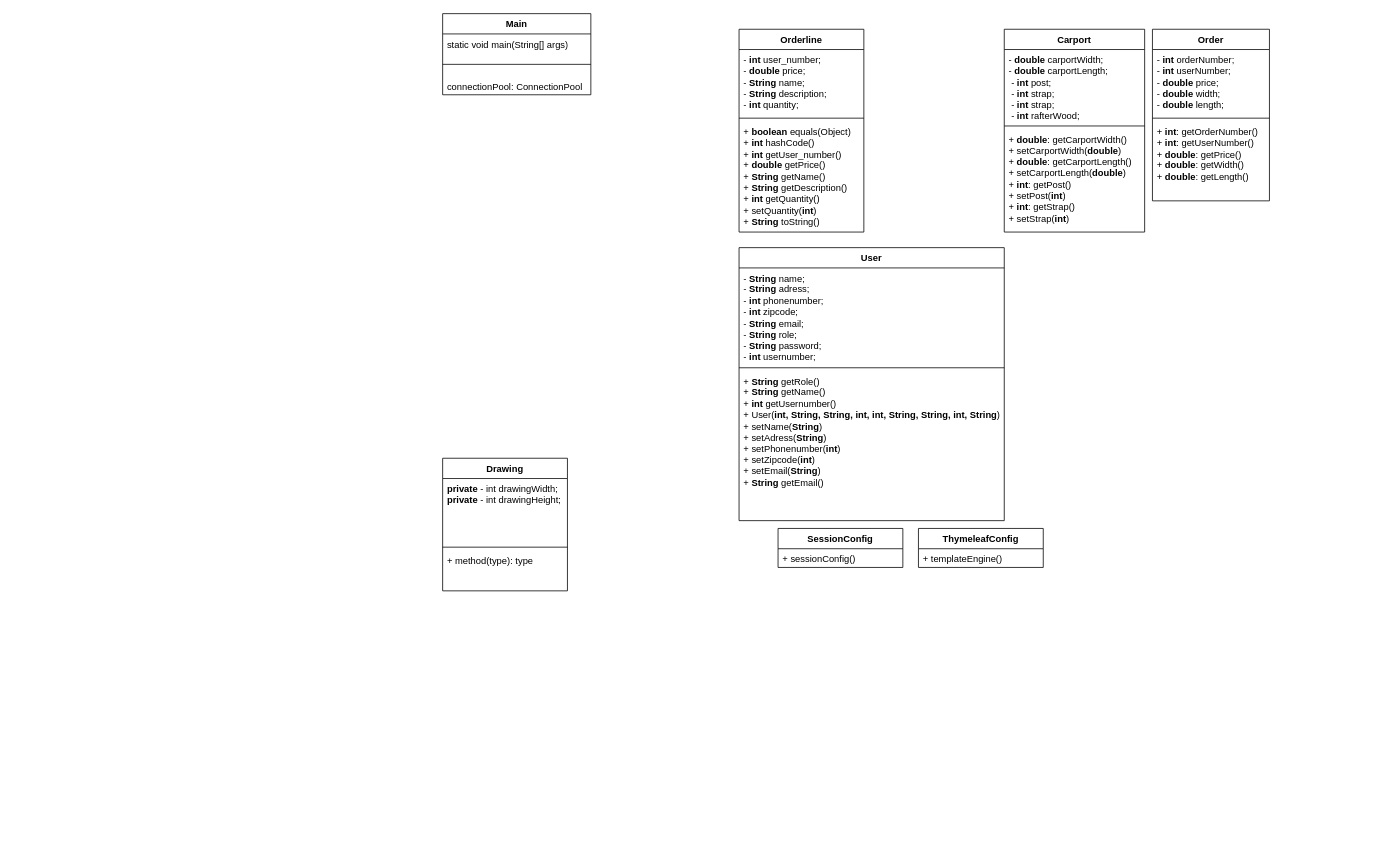
RodneyMuyanga/2.-semesterprojekt-FOG keeps this draw.io diagram as src/main/resources/diagrams/Classdiagrams/class diagram.drawio. Above is the earlier version. Source tidied: cells renumbered, new cells numbered last; positions are measured from the earlier drawing's top-left corner, leaving out a move shared by most shapes. Both pictures are drawn from the tidied source at 78%, with x=0, y=0 at pixel (442, 13).
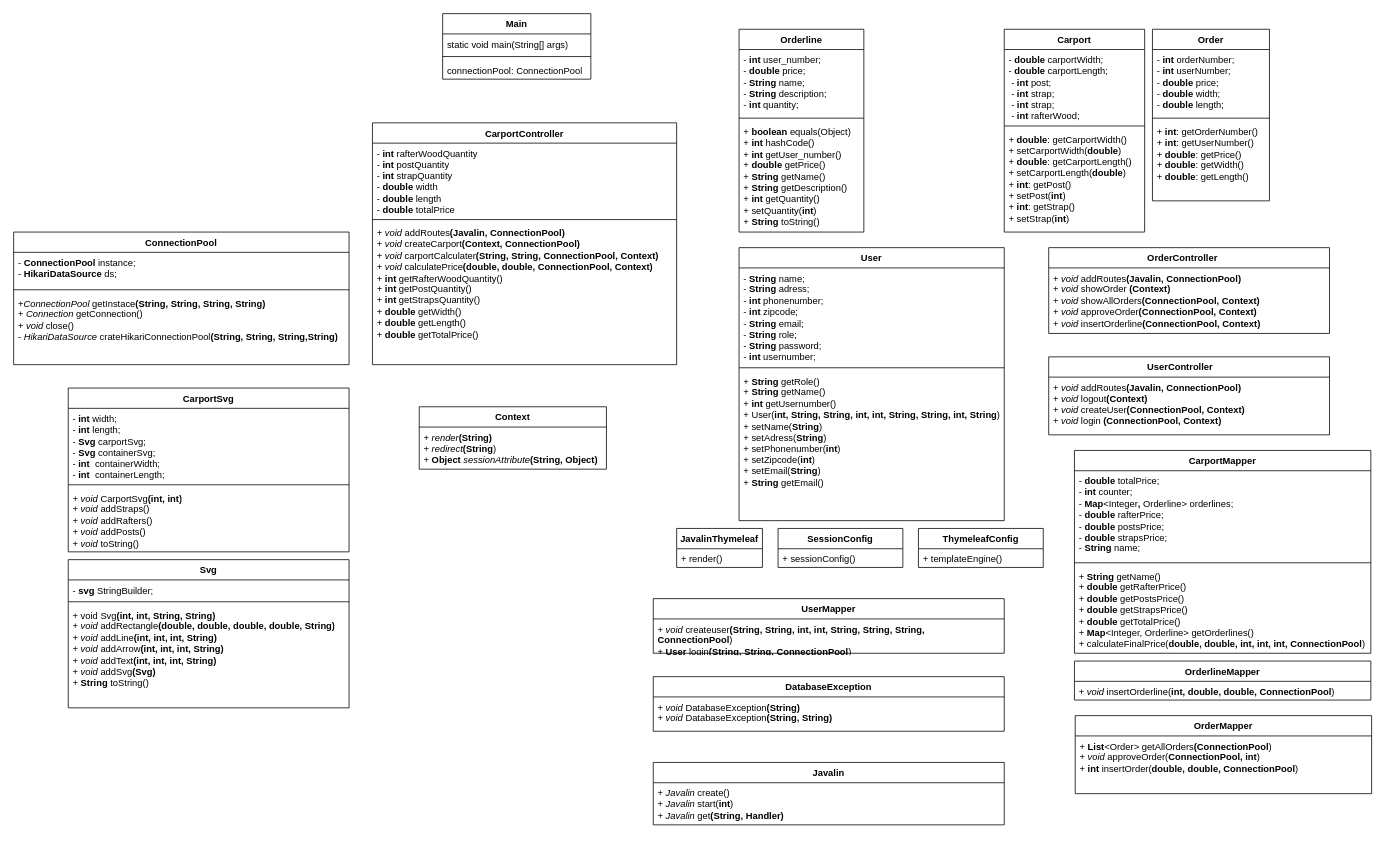
Above is the later version.

The edit, as a diff of the source:
```diff
@@
-    <mxCell id="20" value="Drawing" style="swimlane;fontStyle=1;align=center;verticalAlign=top;horizontal=1;startSize=26;whiteSpace=wrap;html=1;" parent="1" vertex="1">
-      <mxGeometry y="570" width="160" height="170" as="geometry" />
-    </mxCell>
-    <mxCell id="21" value="&lt;div&gt;&lt;div&gt;&lt;b&gt;private&lt;/b&gt; - int drawingWidth;&lt;/div&gt;&lt;/div&gt;&lt;div&gt;&lt;div&gt;&lt;b&gt;private&lt;/b&gt; - int drawingHeight;&lt;br&gt;&lt;br&gt;&lt;/div&gt;&lt;/div&gt;" style="text;strokeColor=none;fillColor=none;align=left;verticalAlign=top;spacingLeft=4;spacingRight=4;overflow=hidden;whiteSpace=wrap;html=1;" parent="20" vertex="1">
-      <mxGeometry y="26" width="160" height="84" as="geometry" />
-    </mxCell>
-    <mxCell id="22" style="line;strokeWidth=1;fillColor=none;align=left;verticalAlign=middle;spacingTop=-1;spacingLeft=3;spacingRight=3;labelPosition=right;strokeColor=inherit;" parent="20" vertex="1">
-      <mxGeometry y="110" width="160" height="8" as="geometry" />
-    </mxCell>
-    <mxCell id="23" value="+ method(type): type" style="text;strokeColor=none;fillColor=none;align=left;verticalAlign=top;spacingLeft=4;spacingRight=4;overflow=hidden;whiteSpace=wrap;html=1;" parent="20" vertex="1">
-      <mxGeometry y="118" width="160" height="52" as="geometry" />
-    </mxCell>
     <mxCell id="24" value="Main" style="swimlane;fontStyle=1;align=center;verticalAlign=top;horizontal=1;startSize=26;whiteSpace=wrap;html=1;" parent="1" vertex="1">
-      <mxGeometry width="190" height="104" as="geometry" />
+      <mxGeometry width="190" height="84" as="geometry" />
     </mxCell>
@@
     <mxCell id="26" style="line;strokeWidth=1;fillColor=none;align=left;verticalAlign=middle;spacingTop=-1;spacingLeft=3;spacingRight=3;labelPosition=right;strokeColor=inherit;" parent="24" vertex="1">
-      <mxGeometry y="50" width="190" height="30" as="geometry" />
+      <mxGeometry y="50" width="190" height="10" as="geometry" />
     </mxCell>
     <mxCell id="27" value="connectionPool: ConnectionPool" style="text;strokeColor=none;fillColor=none;align=left;verticalAlign=top;spacingLeft=4;spacingRight=4;overflow=hidden;whiteSpace=wrap;html=1;" parent="24" vertex="1">
-      <mxGeometry y="80" width="190" height="24" as="geometry" />
+      <mxGeometry y="60" width="190" height="24" as="geometry" />
     </mxCell>
@@
+    <mxCell id="30" value="CarportController" style="swimlane;fontStyle=1;align=center;verticalAlign=top;horizontal=1;startSize=26;whiteSpace=wrap;html=1;" parent="1" vertex="1">
+      <mxGeometry x="-90" y="140" width="390" height="310" as="geometry" />
+    </mxCell>
+    <mxCell id="31" value="&lt;div&gt;- &lt;b&gt;int &lt;/b&gt;rafterWoodQuantity&lt;/div&gt;&lt;div&gt;- &lt;b&gt;int &lt;/b&gt;postQuantity&lt;/div&gt;&lt;div&gt;- &lt;b&gt;int &lt;/b&gt;strapQuantity&lt;/div&gt;&lt;div&gt;- &lt;b&gt;double &lt;/b&gt;width&lt;/div&gt;&lt;div&gt;- &lt;b&gt;double &lt;/b&gt;length&lt;/div&gt;&lt;div&gt;- &lt;b&gt;double &lt;/b&gt;totalPrice&lt;/div&gt;&lt;div&gt;&lt;br&gt;&lt;/div&gt;" style="text;strokeColor=none;fillColor=none;align=left;verticalAlign=top;spacingLeft=4;spacingRight=4;overflow=hidden;whiteSpace=wrap;html=1;" parent="30" vertex="1">
+      <mxGeometry y="26" width="390" height="94" as="geometry" />
+    </mxCell>
+    <mxCell id="32" style="line;strokeWidth=1;fillColor=none;align=left;verticalAlign=middle;spacingTop=-1;spacingLeft=3;spacingRight=3;labelPosition=right;strokeColor=inherit;" parent="30" vertex="1">
+      <mxGeometry y="120" width="390" height="8" as="geometry" />
+    </mxCell>
+    <mxCell id="33" value="&lt;div&gt;+ &lt;i&gt;void &lt;/i&gt;addRoutes&lt;b&gt;(Javalin, ConnectionPool)&lt;/b&gt;&lt;/div&gt;&lt;div&gt;+ &lt;i&gt;void &lt;/i&gt;createCarport&lt;b&gt;(Context, ConnectionPool)&lt;/b&gt;&lt;/div&gt;&lt;div&gt;+ &lt;i&gt;void &lt;/i&gt;carportCalculater&lt;b&gt;(String, String, ConnectionPool, Context)&lt;/b&gt;&lt;br&gt;&lt;/div&gt;&lt;div&gt;+ &lt;i&gt;void &lt;/i&gt;calculatePrice&lt;b&gt;(double, double, ConnectionPool, Context)&lt;/b&gt;&lt;/div&gt;&lt;div&gt;+ &lt;b&gt;int &lt;/b&gt;getRafterWoodQuantity()&lt;/div&gt;&lt;div&gt;+ &lt;b&gt;int &lt;/b&gt;getPostQuantity()&lt;/div&gt;&lt;div&gt;+  &lt;b&gt;int &lt;/b&gt;getStrapsQuantity()&lt;/div&gt;&lt;div&gt;+ &lt;b&gt;double &lt;/b&gt;getWidth()&lt;/div&gt;&lt;div&gt;+ &lt;b&gt;double &lt;/b&gt;getLength()&lt;/div&gt;&lt;div&gt;+ &lt;b&gt;double &lt;/b&gt;getTotalPrice()&lt;/div&gt;" style="text;strokeColor=none;fillColor=none;align=left;verticalAlign=top;spacingLeft=4;spacingRight=4;overflow=hidden;whiteSpace=wrap;html=1;" parent="30" vertex="1">
+      <mxGeometry y="128" width="390" height="182" as="geometry" />
+    </mxCell>
+    <mxCell id="34" value="OrderController&lt;span style=&quot;white-space: pre;&quot;&gt;&#9;&lt;/span&gt;" style="swimlane;fontStyle=1;align=center;verticalAlign=top;horizontal=1;startSize=26;whiteSpace=wrap;html=1;" parent="1" vertex="1">
+      <mxGeometry x="777" y="300" width="360" height="110" as="geometry" />
+    </mxCell>
+    <mxCell id="35" value="&lt;div&gt;+ &lt;i&gt;void &lt;/i&gt;addRoutes&lt;b&gt;(Javalin, ConnectionPool)&lt;/b&gt;&lt;/div&gt;&lt;div&gt;+ &lt;i&gt;void &lt;/i&gt;showOrder &lt;b&gt;(Context)&lt;/b&gt;&lt;/div&gt;&lt;div&gt;+ &lt;i&gt;void &lt;/i&gt;showAllOrders&lt;b&gt;(ConnectionPool, Context)&lt;/b&gt;&lt;br&gt;&lt;/div&gt;&lt;div&gt;+ &lt;i&gt;void &lt;/i&gt;approveOrder&lt;b&gt;(ConnectionPool, Context)&lt;/b&gt;&lt;/div&gt;&lt;div&gt;&lt;div&gt;+ &lt;i&gt;void &lt;/i&gt;insertOrderline&lt;b&gt;(ConnectionPool, Context)&lt;/b&gt;&lt;/div&gt;&lt;/div&gt;" style="text;strokeColor=none;fillColor=none;align=left;verticalAlign=top;spacingLeft=4;spacingRight=4;overflow=hidden;whiteSpace=wrap;html=1;" parent="34" vertex="1">
+      <mxGeometry y="26" width="360" height="84" as="geometry" />
+    </mxCell>
+    <mxCell id="36" value="UserController&lt;span style=&quot;white-space: pre;&quot;&gt;&#9;&lt;/span&gt;" style="swimlane;fontStyle=1;align=center;verticalAlign=top;horizontal=1;startSize=26;whiteSpace=wrap;html=1;" parent="1" vertex="1">
+      <mxGeometry x="777" y="440" width="360" height="100" as="geometry" />
+    </mxCell>
+    <mxCell id="37" value="&lt;div&gt;+ &lt;i&gt;void &lt;/i&gt;addRoutes&lt;b&gt;(Javalin, ConnectionPool)&lt;/b&gt;&lt;/div&gt;&lt;div&gt;+ &lt;i&gt;void &lt;/i&gt;logout&lt;b&gt;(Context)&lt;/b&gt;&lt;/div&gt;&lt;div&gt;+ &lt;i&gt;void &lt;/i&gt;createUser&lt;b&gt;(ConnectionPool, Context)&lt;/b&gt;&lt;br&gt;&lt;/div&gt;&lt;div&gt;+ &lt;i&gt;void &lt;/i&gt;login &lt;b&gt;(ConnectionPool, Context)&lt;/b&gt;&lt;/div&gt;&lt;div&gt;&lt;div&gt;&lt;br&gt;&lt;/div&gt;&lt;/div&gt;" style="text;strokeColor=none;fillColor=none;align=left;verticalAlign=top;spacingLeft=4;spacingRight=4;overflow=hidden;whiteSpace=wrap;html=1;" parent="36" vertex="1">
+      <mxGeometry y="26" width="360" height="74" as="geometry" />
+    </mxCell>
+    <mxCell id="38" value="CarportMapper" style="swimlane;fontStyle=1;align=center;verticalAlign=top;horizontal=1;startSize=26;whiteSpace=wrap;html=1;" parent="1" vertex="1">
+      <mxGeometry x="810" y="560" width="380" height="260" as="geometry" />
+    </mxCell>
+    <mxCell id="39" value="&lt;div&gt;- &lt;b&gt;double&lt;/b&gt; totalPrice;&lt;/div&gt;&lt;div&gt;&lt;div&gt;-&lt;b&gt; int &lt;/b&gt;counter;&lt;/div&gt;&lt;div&gt;-&lt;b&gt; Map&lt;/b&gt;&amp;lt;Integer&lt;b&gt;, &lt;/b&gt;Orderline&amp;gt; orderlines;&lt;/div&gt;&lt;div&gt;-&lt;b&gt; double &lt;/b&gt;rafterPrice;&lt;br&gt;&lt;/div&gt;&lt;div&gt;&lt;div&gt;-&lt;b&gt; double &lt;/b&gt;postsPrice;&lt;/div&gt;&lt;div&gt;-&lt;b&gt; double &lt;/b&gt;strapsPrice;&lt;/div&gt;&lt;div&gt;- &lt;b&gt;String&lt;/b&gt; name;&lt;/div&gt;&lt;br&gt;&lt;div&gt;&lt;div&gt;&lt;br&gt;&lt;/div&gt;&lt;/div&gt;&lt;/div&gt;&lt;/div&gt;&lt;div&gt;&lt;br&gt;&lt;/div&gt;" style="text;strokeColor=none;fillColor=none;align=left;verticalAlign=top;spacingLeft=4;spacingRight=4;overflow=hidden;whiteSpace=wrap;html=1;" parent="38" vertex="1">
+      <mxGeometry y="26" width="380" height="114" as="geometry" />
+    </mxCell>
+    <mxCell id="40" style="line;strokeWidth=1;fillColor=none;align=left;verticalAlign=middle;spacingTop=-1;spacingLeft=3;spacingRight=3;labelPosition=right;strokeColor=inherit;" parent="38" vertex="1">
+      <mxGeometry y="140" width="380" height="8" as="geometry" />
+    </mxCell>
+    <mxCell id="41" value="&lt;div&gt;+ &lt;b&gt;String&lt;/b&gt; getName()&lt;/div&gt;&lt;div&gt;+ &lt;b&gt;double &lt;/b&gt;getRafterPrice()&lt;/div&gt;&lt;div&gt;&lt;div&gt;+ &lt;b&gt;double &lt;/b&gt;getPostsPrice()&lt;/div&gt;&lt;div&gt;&lt;div&gt;+ &lt;b&gt;double &lt;/b&gt;getStrapsPrice()&lt;/div&gt;&lt;div&gt;+ &lt;b&gt;double &lt;/b&gt;getTotalPrice()&lt;/div&gt;&lt;/div&gt;&lt;/div&gt;&lt;div&gt;+ &lt;b&gt;Map&lt;/b&gt;&amp;lt;Integer, Orderline&amp;gt; getOrderlines()&lt;br&gt;&lt;/div&gt;&lt;div&gt;+ calculateFinalPrice(&lt;b&gt;double, double, int, int, int, ConnectionPool&lt;/b&gt;)&lt;/div&gt;&lt;div&gt;&lt;br&gt;&lt;/div&gt;" style="text;strokeColor=none;fillColor=none;align=left;verticalAlign=top;spacingLeft=4;spacingRight=4;overflow=hidden;whiteSpace=wrap;html=1;" parent="38" vertex="1">
+      <mxGeometry y="148" width="380" height="112" as="geometry" />
+    </mxCell>
+    <mxCell id="42" value="OrderlineMapper" style="swimlane;fontStyle=1;align=center;verticalAlign=top;horizontal=1;startSize=26;whiteSpace=wrap;html=1;" parent="1" vertex="1">
+      <mxGeometry x="810" y="830" width="380" height="50" as="geometry" />
+    </mxCell>
+    <mxCell id="43" value="+ &lt;i&gt;void&lt;/i&gt; insertOrderline(&lt;b&gt;int, double, double, ConnectionPool&lt;/b&gt;)&lt;div&gt;&lt;br&gt;&lt;/div&gt;" style="text;strokeColor=none;fillColor=none;align=left;verticalAlign=top;spacingLeft=4;spacingRight=4;overflow=hidden;whiteSpace=wrap;html=1;" parent="42" vertex="1">
+      <mxGeometry y="26" width="380" height="24" as="geometry" />
+    </mxCell>
+    <mxCell id="44" value="OrderMapper" style="swimlane;fontStyle=1;align=center;verticalAlign=top;horizontal=1;startSize=26;whiteSpace=wrap;html=1;" parent="1" vertex="1">
+      <mxGeometry x="811" y="900" width="380" height="100" as="geometry" />
+    </mxCell>
+    <mxCell id="45" value="&lt;div&gt;&lt;div&gt;&lt;div&gt;+ &lt;b&gt;List&lt;/b&gt;&lt;i&gt;&amp;lt;&lt;/i&gt;Order&lt;i&gt;&amp;gt; &lt;/i&gt;getAllOrders&lt;b&gt;(&lt;/b&gt;&lt;b&gt;ConnectionPool&lt;/b&gt;)&lt;/div&gt;&lt;/div&gt;&lt;div&gt;+ &lt;i&gt;void&lt;/i&gt;&lt;b&gt; &lt;/b&gt;approveOrder(&lt;b&gt;ConnectionPool, int&lt;/b&gt;)&lt;/div&gt;&lt;/div&gt;&lt;div&gt;+ &lt;b&gt;int&lt;/b&gt;&lt;i&gt; &lt;/i&gt;insertOrder(&lt;b&gt;double, double, ConnectionPool&lt;/b&gt;)&lt;/div&gt;&lt;div&gt;&lt;br&gt;&lt;/div&gt;" style="text;strokeColor=none;fillColor=none;align=left;verticalAlign=top;spacingLeft=4;spacingRight=4;overflow=hidden;whiteSpace=wrap;html=1;" parent="44" vertex="1">
+      <mxGeometry y="26" width="380" height="74" as="geometry" />
+    </mxCell>
+    <mxCell id="46" value="UserMapper" style="swimlane;fontStyle=1;align=center;verticalAlign=top;horizontal=1;startSize=26;whiteSpace=wrap;html=1;" parent="1" vertex="1">
+      <mxGeometry x="270" y="750" width="450" height="70" as="geometry" />
+    </mxCell>
+    <mxCell id="47" value="&lt;div&gt;&lt;div&gt;+ &lt;i&gt;void&lt;/i&gt;&lt;b&gt; &lt;/b&gt;createuser&lt;b&gt;(String, String, int, int, String, String, String, ConnectionPool&lt;/b&gt;)&lt;/div&gt;&lt;/div&gt;&lt;div&gt;+ &lt;b&gt;User&lt;/b&gt;&lt;i&gt; &lt;/i&gt;login&lt;b&gt;(String, String, ConnectionPool&lt;/b&gt;)&lt;/div&gt;&lt;div&gt;&lt;br&gt;&lt;/div&gt;" style="text;strokeColor=none;fillColor=none;align=left;verticalAlign=top;spacingLeft=4;spacingRight=4;overflow=hidden;whiteSpace=wrap;html=1;" parent="46" vertex="1">
+      <mxGeometry y="26" width="450" height="44" as="geometry" />
+    </mxCell>
+    <mxCell id="48" value="DatabaseException" style="swimlane;fontStyle=1;align=center;verticalAlign=top;horizontal=1;startSize=26;whiteSpace=wrap;html=1;" parent="1" vertex="1">
+      <mxGeometry x="270" y="850" width="450" height="70" as="geometry" />
+    </mxCell>
+    <mxCell id="49" value="&lt;div&gt;&lt;div&gt;+ &lt;i&gt;void&lt;/i&gt;&lt;b&gt; &lt;/b&gt;DatabaseException&lt;b&gt;(String)&lt;/b&gt;&lt;br&gt;&lt;/div&gt;&lt;/div&gt;&lt;div&gt;+ &lt;i&gt;void&lt;/i&gt;&lt;b&gt; &lt;/b&gt;DatabaseException&lt;b&gt;(String, String)&lt;/b&gt;&lt;/div&gt;" style="text;strokeColor=none;fillColor=none;align=left;verticalAlign=top;spacingLeft=4;spacingRight=4;overflow=hidden;whiteSpace=wrap;html=1;" parent="48" vertex="1">
+      <mxGeometry y="26" width="450" height="44" as="geometry" />
+    </mxCell>
+    <mxCell id="50" value="Javalin" style="swimlane;fontStyle=1;align=center;verticalAlign=top;horizontal=1;startSize=26;whiteSpace=wrap;html=1;" parent="1" vertex="1">
+      <mxGeometry x="270" y="960" width="450" height="80" as="geometry" />
+    </mxCell>
+    <mxCell id="51" value="&lt;div&gt;&lt;div&gt;+ &lt;i&gt;Javalin&lt;/i&gt; create()&lt;br&gt;&lt;/div&gt;&lt;/div&gt;&lt;div&gt;&lt;div&gt;&lt;div&gt;+ &lt;i&gt;Javalin&lt;/i&gt; start(&lt;b&gt;int&lt;/b&gt;)&lt;/div&gt;&lt;div&gt;&lt;div&gt;&lt;div&gt;+ &lt;i&gt;Javalin&lt;/i&gt; get&lt;b&gt;(String, Handler)&lt;/b&gt;&lt;br&gt;&lt;/div&gt;&lt;/div&gt;&lt;/div&gt;&lt;/div&gt;&lt;/div&gt;" style="text;strokeColor=none;fillColor=none;align=left;verticalAlign=top;spacingLeft=4;spacingRight=4;overflow=hidden;whiteSpace=wrap;html=1;" parent="50" vertex="1">
+      <mxGeometry y="26" width="450" height="54" as="geometry" />
+    </mxCell>
+    <mxCell id="52" value="Context" style="swimlane;fontStyle=1;align=center;verticalAlign=top;horizontal=1;startSize=26;whiteSpace=wrap;html=1;" parent="1" vertex="1">
+      <mxGeometry x="-30" y="504" width="240" height="80" as="geometry" />
+    </mxCell>
+    <mxCell id="53" value="&lt;div&gt;&lt;div&gt;+ &lt;i&gt;render&lt;/i&gt;&lt;b&gt;(String)&lt;/b&gt;&lt;br&gt;&lt;/div&gt;&lt;/div&gt;&lt;div&gt;&lt;div&gt;&lt;div&gt;+ &lt;i&gt;redirect&lt;/i&gt;&lt;b&gt;(String&lt;/b&gt;)&lt;/div&gt;&lt;div&gt;&lt;div&gt;&lt;div&gt;+ &lt;b&gt;Object&lt;/b&gt; &lt;i&gt;sessionAttribute&lt;/i&gt;&lt;b&gt;(String, Object)&lt;/b&gt;&lt;br&gt;&lt;/div&gt;&lt;/div&gt;&lt;/div&gt;&lt;/div&gt;&lt;/div&gt;" style="text;strokeColor=none;fillColor=none;align=left;verticalAlign=top;spacingLeft=4;spacingRight=4;overflow=hidden;whiteSpace=wrap;html=1;" parent="52" vertex="1">
+      <mxGeometry y="26" width="240" height="54" as="geometry" />
+    </mxCell>
+    <mxCell id="54" value="JavalinThymeleaf" style="swimlane;fontStyle=1;align=center;verticalAlign=top;horizontal=1;startSize=26;whiteSpace=wrap;html=1;" parent="1" vertex="1">
+      <mxGeometry x="300" y="660" width="110" height="50" as="geometry" />
+    </mxCell>
+    <mxCell id="55" value="+ render()" style="text;strokeColor=none;fillColor=none;align=left;verticalAlign=top;spacingLeft=4;spacingRight=4;overflow=hidden;whiteSpace=wrap;html=1;" parent="54" vertex="1">
+      <mxGeometry y="26" width="110" height="24" as="geometry" />
+    </mxCell>
+    <mxCell id="56" value="ConnectionPool" style="swimlane;fontStyle=1;align=center;verticalAlign=top;horizontal=1;startSize=26;whiteSpace=wrap;html=1;" parent="1" vertex="1">
+      <mxGeometry x="-550" y="280" width="430" height="170" as="geometry" />
+    </mxCell>
+    <mxCell id="57" value="&lt;div&gt;- &lt;b&gt;ConnectionPool &lt;/b&gt;instance;&lt;br&gt;&lt;/div&gt;&lt;div&gt;- &lt;b&gt;HikariDataSource &lt;/b&gt;ds;&lt;br&gt;&lt;/div&gt;&lt;br&gt;&lt;div&gt;&lt;br&gt;&lt;/div&gt;" style="text;strokeColor=none;fillColor=none;align=left;verticalAlign=top;spacingLeft=4;spacingRight=4;overflow=hidden;whiteSpace=wrap;html=1;" parent="56" vertex="1">
+      <mxGeometry y="26" width="430" height="44" as="geometry" />
+    </mxCell>
+    <mxCell id="58" style="line;strokeWidth=1;fillColor=none;align=left;verticalAlign=middle;spacingTop=-1;spacingLeft=3;spacingRight=3;labelPosition=right;strokeColor=inherit;" parent="56" vertex="1">
+      <mxGeometry y="70" width="430" height="8" as="geometry" />
+    </mxCell>
+    <mxCell id="59" value="+&lt;i&gt;ConnectionPool&lt;/i&gt;&lt;b&gt; &lt;/b&gt;getInstace&lt;b&gt;(String, String, String, String)&lt;/b&gt;&lt;div&gt;+ &lt;i&gt;Connection&lt;/i&gt;&lt;b&gt; &lt;/b&gt;getConnection()&lt;/div&gt;&lt;div&gt;+ &lt;i&gt;void&lt;/i&gt;&lt;b&gt; &lt;/b&gt;close()&lt;/div&gt;&lt;div&gt;- &lt;i&gt;HikariDataSource &lt;/i&gt;crateHikariConnectionPool&lt;b&gt;(String, String, String,String)&lt;/b&gt;&lt;br&gt;&lt;/div&gt;" style="text;strokeColor=none;fillColor=none;align=left;verticalAlign=top;spacingLeft=4;spacingRight=4;overflow=hidden;whiteSpace=wrap;html=1;" parent="56" vertex="1">
+      <mxGeometry y="78" width="430" height="92" as="geometry" />
+    </mxCell>
+    <mxCell id="60" value="CarportSvg" style="swimlane;fontStyle=1;align=center;verticalAlign=top;horizontal=1;startSize=26;whiteSpace=wrap;html=1;" parent="1" vertex="1">
+      <mxGeometry x="-480" y="480" width="360" height="210" as="geometry" />
+    </mxCell>
+    <mxCell id="61" value="&lt;div&gt;- &lt;b&gt;int &lt;/b&gt;width;&lt;br&gt;&lt;/div&gt;&lt;div&gt;- &lt;b&gt;int &lt;/b&gt;length;&lt;br&gt;&lt;/div&gt;&lt;div&gt;- &lt;b&gt;Svg &lt;/b&gt;carportSvg;&lt;/div&gt;&lt;div&gt;- &lt;b&gt;Svg &lt;/b&gt;containerSvg;&lt;/div&gt;&lt;div&gt;- &lt;b&gt;int&amp;nbsp; &lt;/b&gt;containerWidth;&lt;br&gt;&lt;/div&gt;&lt;div&gt;- &lt;b&gt;int&amp;nbsp; &lt;/b&gt;containerLength;&lt;/div&gt;&lt;div&gt;&lt;br&gt;&lt;/div&gt;" style="text;strokeColor=none;fillColor=none;align=left;verticalAlign=top;spacingLeft=4;spacingRight=4;overflow=hidden;whiteSpace=wrap;html=1;" parent="60" vertex="1">
+      <mxGeometry y="26" width="360" height="94" as="geometry" />
+    </mxCell>
+    <mxCell id="62" style="line;strokeWidth=1;fillColor=none;align=left;verticalAlign=middle;spacingTop=-1;spacingLeft=3;spacingRight=3;labelPosition=right;strokeColor=inherit;" parent="60" vertex="1">
+      <mxGeometry y="120" width="360" height="8" as="geometry" />
+    </mxCell>
+    <mxCell id="63" value="&lt;div&gt;+ &lt;i&gt;void &lt;/i&gt;CarportSvg&lt;b&gt;(int, int)&lt;/b&gt;&lt;/div&gt;&lt;div&gt;+ &lt;i&gt;void &lt;/i&gt;addStraps()&lt;/div&gt;&lt;div&gt;+ &lt;i&gt;void &lt;/i&gt;addRafters()&lt;/div&gt;&lt;div&gt;+ &lt;i&gt;void &lt;/i&gt;addPosts()&lt;/div&gt;&lt;div&gt;+ &lt;i&gt;void &lt;/i&gt;toString()&lt;/div&gt;" style="text;strokeColor=none;fillColor=none;align=left;verticalAlign=top;spacingLeft=4;spacingRight=4;overflow=hidden;whiteSpace=wrap;html=1;" parent="60" vertex="1">
+      <mxGeometry y="128" width="360" height="82" as="geometry" />
+    </mxCell>
+    <mxCell id="64" value="Svg" style="swimlane;fontStyle=1;align=center;verticalAlign=top;horizontal=1;startSize=26;whiteSpace=wrap;html=1;" parent="1" vertex="1">
+      <mxGeometry x="-480" y="700" width="360" height="190" as="geometry" />
+    </mxCell>
+    <mxCell id="65" value="&lt;div&gt;- &lt;b&gt;svg &lt;/b&gt;StringBuilder;&lt;br&gt;&lt;/div&gt;&lt;br&gt;&lt;div&gt;&lt;br&gt;&lt;/div&gt;" style="text;strokeColor=none;fillColor=none;align=left;verticalAlign=top;spacingLeft=4;spacingRight=4;overflow=hidden;whiteSpace=wrap;html=1;" parent="64" vertex="1">
+      <mxGeometry y="26" width="360" height="24" as="geometry" />
+    </mxCell>
+    <mxCell id="66" style="line;strokeWidth=1;fillColor=none;align=left;verticalAlign=middle;spacingTop=-1;spacingLeft=3;spacingRight=3;labelPosition=right;strokeColor=inherit;" parent="64" vertex="1">
+      <mxGeometry y="50" width="360" height="8" as="geometry" />
+    </mxCell>
+    <mxCell id="67" value="&lt;div&gt;+ void Svg&lt;b&gt;(int, int, String, String)&lt;/b&gt;&lt;/div&gt;&lt;div&gt;+ &lt;i&gt;void &lt;/i&gt;addRectangle&lt;b&gt;(double, double, double, double, String)&lt;/b&gt;&lt;/div&gt;&lt;div&gt;+ &lt;i&gt;void &lt;/i&gt;addLine&lt;b&gt;(int, int, int, String)&lt;/b&gt;&lt;/div&gt;&lt;div&gt;+ &lt;i&gt;void &lt;/i&gt;addArrow&lt;b&gt;(int, int, int, String)&lt;/b&gt;&lt;/div&gt;&lt;div&gt;+ &lt;i&gt;void &lt;/i&gt;addText&lt;b&gt;(int, int, int, String)&lt;/b&gt;&lt;/div&gt;&lt;div&gt;+ &lt;i&gt;void &lt;/i&gt;addSvg&lt;b&gt;(Svg)&lt;/b&gt;&lt;/div&gt;&lt;div&gt;+ &lt;b&gt;String&lt;/b&gt;&lt;i&gt; &lt;/i&gt;toString()&lt;/div&gt;" style="text;strokeColor=none;fillColor=none;align=left;verticalAlign=top;spacingLeft=4;spacingRight=4;overflow=hidden;whiteSpace=wrap;html=1;" parent="64" vertex="1">
+      <mxGeometry y="58" width="360" height="132" as="geometry" />
+    </mxCell>
```
